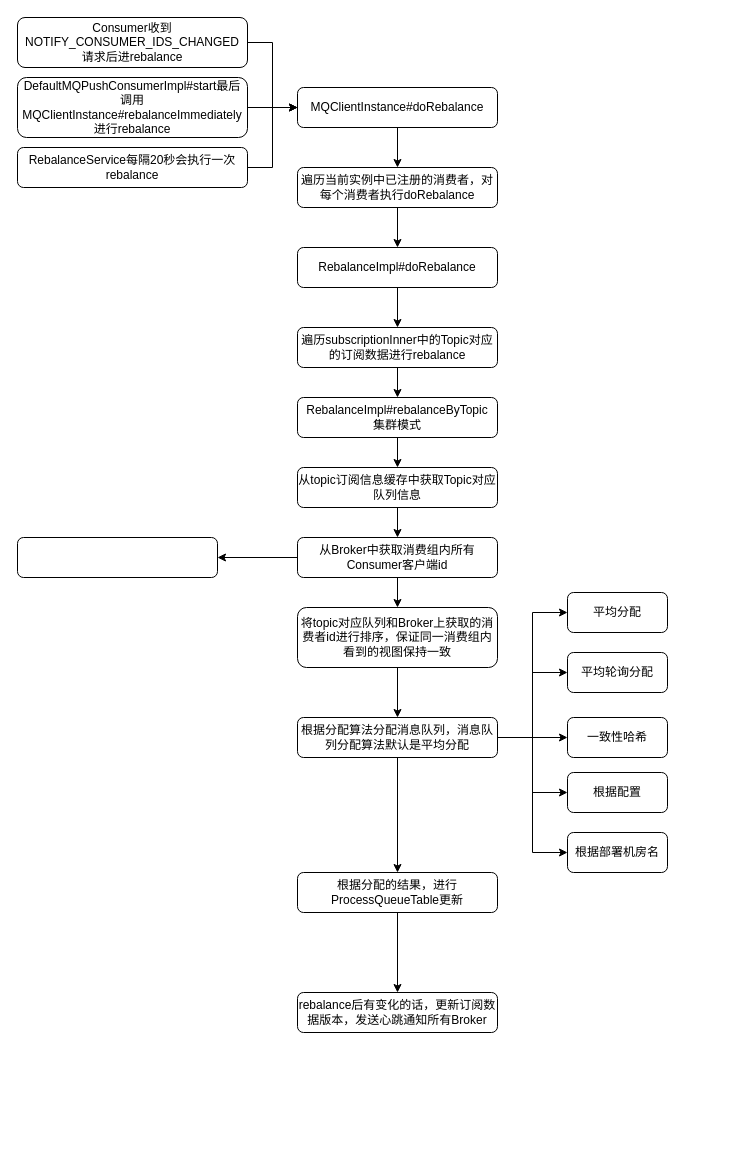
pulllock/pulllock.github.com keeps this draw.io diagram as 2018/01/23/RocketMQ中Consumer的rebalance/RocketMQ中Consumer的rebalance.drawio. Above is the earlier version. Source tidied: cells renumbered, new cells numbered last; positions are measured from the earlier drawing's top-left corner, leaving out a move shared by most shapes. Both pictures are drawn from the tidied source at 100%, with x=0, y=0 at pixel (17, 17).
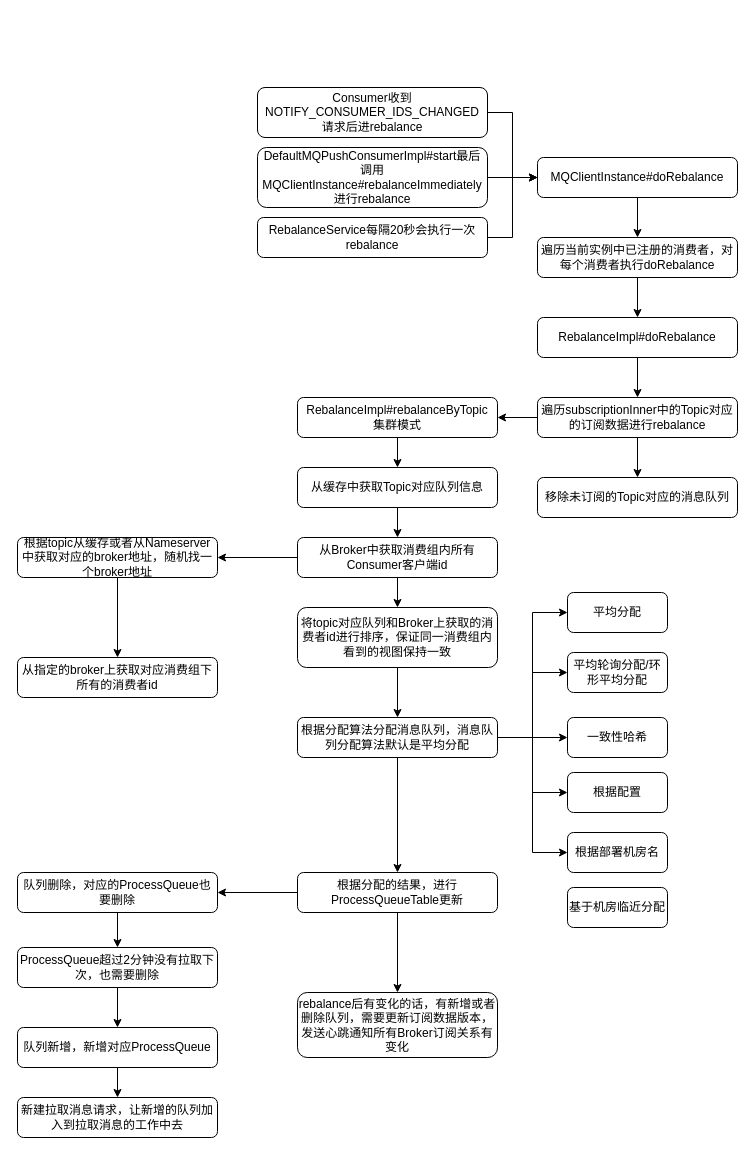
Above is the later version.

Unchanged cells that the change refers to:
```xml
<mxCell id="27" value="根据分配的结果，进行ProcessQueueTable更新" style="rounded=1;whiteSpace=wrap;html=1;fontSize=12;glass=0;strokeWidth=1;shadow=0;" parent="1" vertex="1">
  <mxGeometry x="280" y="855" width="200" height="40" as="geometry" />
</mxCell>
```

Diff of the diagram source:
```diff
@@
     <mxCell id="3" value="MQClientInstance#doRebalance" style="rounded=1;whiteSpace=wrap;html=1;fontSize=12;glass=0;strokeWidth=1;shadow=0;" parent="1" vertex="1">
-      <mxGeometry x="280" y="70" width="200" height="40" as="geometry" />
+      <mxGeometry x="520" y="140" width="200" height="40" as="geometry" />
     </mxCell>
@@
     <mxCell id="5" value="遍历当前实例中已注册的消费者，对每个消费者执行doRebalance" style="rounded=1;whiteSpace=wrap;html=1;fontSize=12;glass=0;strokeWidth=1;shadow=0;" parent="1" vertex="1">
-      <mxGeometry x="280" y="150" width="200" height="40" as="geometry" />
+      <mxGeometry x="520" y="220" width="200" height="40" as="geometry" />
     </mxCell>
@@
     <mxCell id="7" value="RebalanceImpl#doRebalance" style="rounded=1;whiteSpace=wrap;html=1;fontSize=12;glass=0;strokeWidth=1;shadow=0;" parent="1" vertex="1">
-      <mxGeometry x="280" y="230" width="200" height="40" as="geometry" />
+      <mxGeometry x="520" y="300" width="200" height="40" as="geometry" />
     </mxCell>
@@
+    <mxCell id="41" style="edgeStyle=orthogonalEdgeStyle;rounded=0;jettySize=auto;html=1;" parent="1" edge="1" source="9" target="42">
+      <mxGeometry relative="1" as="geometry" />
+    </mxCell>
     <mxCell id="9" value="遍历subscriptionInner中的Topic对应的订阅数据进行rebalance" style="rounded=1;whiteSpace=wrap;html=1;fontSize=12;glass=0;strokeWidth=1;shadow=0;" parent="1" vertex="1">
-      <mxGeometry x="280" y="310" width="200" height="40" as="geometry" />
+      <mxGeometry x="520" y="380" width="200" height="40" as="geometry" />
     </mxCell>
+    <mxCell id="42" value="移除未订阅的Topic对应的消息队列" style="rounded=1;whiteSpace=wrap;html=1;fontSize=12;glass=0;strokeWidth=1;shadow=0;" parent="1" vertex="1">
+      <mxGeometry x="520" y="460" width="200" height="40" as="geometry" />
+    </mxCell>
@@
-    <mxCell id="13" value="从topic订阅信息缓存中获取Topic对应队列信息" style="rounded=1;whiteSpace=wrap;html=1;fontSize=12;glass=0;strokeWidth=1;shadow=0;" parent="1" vertex="1">
+    <mxCell id="13" value="从缓存中获取Topic对应队列信息" style="rounded=1;whiteSpace=wrap;html=1;fontSize=12;glass=0;strokeWidth=1;shadow=0;" parent="1" vertex="1">
       <mxGeometry x="280" y="450" width="200" height="40" as="geometry" />
     </mxCell>
@@
+    <mxCell id="43" style="edgeStyle=orthogonalEdgeStyle;rounded=0;jettySize=auto;html=1;" parent="1" edge="1" source="27" target="45">
+      <mxGeometry relative="1" as="geometry" />
+    </mxCell>
@@
+    <mxCell id="44" style="edgeStyle=orthogonalEdgeStyle;rounded=0;jettySize=auto;html=1;" parent="1" edge="1" source="45" target="47">
+      <mxGeometry relative="1" as="geometry" />
+    </mxCell>
+    <mxCell id="45" value="队列删除，对应的ProcessQueue也要删除" style="rounded=1;whiteSpace=wrap;html=1;fontSize=12;glass=0;strokeWidth=1;shadow=0;" parent="1" vertex="1">
+      <mxGeometry y="855" width="200" height="40" as="geometry" />
+    </mxCell>
+    <mxCell id="46" style="edgeStyle=orthogonalEdgeStyle;rounded=0;jettySize=auto;html=1;" parent="1" edge="1" source="47" target="49">
+      <mxGeometry relative="1" as="geometry" />
+    </mxCell>
+    <mxCell id="47" value="ProcessQueue超过2分钟没有拉取下次，也需要删除" style="rounded=1;whiteSpace=wrap;html=1;fontSize=12;glass=0;strokeWidth=1;shadow=0;" parent="1" vertex="1">
+      <mxGeometry y="930" width="200" height="40" as="geometry" />
+    </mxCell>
+    <mxCell id="48" style="edgeStyle=orthogonalEdgeStyle;rounded=0;jettySize=auto;html=1;" parent="1" edge="1" source="49" target="50">
+      <mxGeometry relative="1" as="geometry" />
+    </mxCell>
+    <mxCell id="49" value="队列新增，新增对应ProcessQueue" style="rounded=1;whiteSpace=wrap;html=1;fontSize=12;glass=0;strokeWidth=1;shadow=0;" parent="1" vertex="1">
+      <mxGeometry y="1010" width="200" height="40" as="geometry" />
+    </mxCell>
+    <mxCell id="50" value="新建拉取消息请求，让新增的队列加入到拉取消息的工作中去" style="rounded=1;whiteSpace=wrap;html=1;fontSize=12;glass=0;strokeWidth=1;shadow=0;" parent="1" vertex="1">
+      <mxGeometry y="1080" width="200" height="40" as="geometry" />
+    </mxCell>
-    <mxCell id="28" value="rebalance后有变化的话，更新订阅数据版本，发送心跳通知所有Broker" style="rounded=1;whiteSpace=wrap;html=1;fontSize=12;glass=0;strokeWidth=1;shadow=0;" parent="1" vertex="1">
-      <mxGeometry x="280" y="975" width="200" height="40" as="geometry" />
+    <mxCell id="28" value="rebalance后有变化的话，有新增或者删除队列，需要更新订阅数据版本，发送心跳通知所有Broker订阅关系有变化" style="rounded=1;whiteSpace=wrap;html=1;fontSize=12;glass=0;strokeWidth=1;shadow=0;" parent="1" vertex="1">
+      <mxGeometry x="280" y="975" width="200" height="65" as="geometry" />
     </mxCell>
@@
+    <mxCell id="51" style="edgeStyle=orthogonalEdgeStyle;rounded=0;jettySize=auto;html=1;" parent="1" edge="1" source="30" target="52">
+      <mxGeometry relative="1" as="geometry" />
+    </mxCell>
-    <mxCell id="30" style="rounded=1;whiteSpace=wrap;html=1;fontSize=12;glass=0;strokeWidth=1;shadow=0;" parent="1" vertex="1">
+    <mxCell id="30" value="根据topic从缓存或者从Nameserver中获取对应的broker地址，随机找一个broker地址" style="rounded=1;whiteSpace=wrap;html=1;fontSize=12;glass=0;strokeWidth=1;shadow=0;" parent="1" vertex="1">
       <mxGeometry y="520" width="200" height="40" as="geometry" />
     </mxCell>
+    <mxCell id="52" value="从指定的broker上获取对应消费组下所有的消费者id" style="rounded=1;whiteSpace=wrap;html=1;fontSize=12;glass=0;strokeWidth=1;shadow=0;" parent="1" vertex="1">
+      <mxGeometry y="640" width="200" height="40" as="geometry" />
+    </mxCell>
     <mxCell id="31" style="edgeStyle=orthogonalEdgeStyle;rounded=0;jettySize=auto;html=1;" parent="1" edge="1" source="32">
       <mxGeometry relative="1" as="geometry">
-        <mxPoint x="280" y="90" as="targetPoint" />
+        <mxPoint x="520" y="160" as="targetPoint" />
       </mxGeometry>
     </mxCell>
     <mxCell id="32" value="DefaultMQPushConsumerImpl#start最后调用&lt;br&gt;MQClientInstance#rebalanceImmediately&lt;br&gt;进行rebalance" style="rounded=1;whiteSpace=wrap;html=1;fontSize=12;glass=0;strokeWidth=1;shadow=0;" parent="1" vertex="1">
-      <mxGeometry y="60" width="230" height="60" as="geometry" />
+      <mxGeometry x="240" y="130" width="230" height="60" as="geometry" />
     </mxCell>
@@
     <mxCell id="34" value="RebalanceService每隔20秒会执行一次rebalance" style="rounded=1;whiteSpace=wrap;html=1;fontSize=12;glass=0;strokeWidth=1;shadow=0;" parent="1" vertex="1">
-      <mxGeometry y="130" width="230" height="40" as="geometry" />
+      <mxGeometry x="240" y="200" width="230" height="40" as="geometry" />
     </mxCell>
@@
     <mxCell id="36" value="Consumer收到&lt;br&gt;NOTIFY_CONSUMER_IDS_CHANGED&lt;br&gt;请求后进rebalance" style="rounded=1;whiteSpace=wrap;html=1;fontSize=12;glass=0;strokeWidth=1;shadow=0;" parent="1" vertex="1">
-      <mxGeometry width="230" height="50" as="geometry" />
+      <mxGeometry x="240" y="70" width="230" height="50" as="geometry" />
     </mxCell>
-    <mxCell id="37" value="平均轮询分配" style="rounded=1;whiteSpace=wrap;html=1;fontSize=12;glass=0;strokeWidth=1;shadow=0;" parent="1" vertex="1">
+    <mxCell id="37" value="平均轮询分配/环形平均分配" style="rounded=1;whiteSpace=wrap;html=1;fontSize=12;glass=0;strokeWidth=1;shadow=0;" parent="1" vertex="1">
       <mxGeometry x="550" y="635" width="100" height="40" as="geometry" />
     </mxCell>
@@
+    <mxCell id="53" style="edgeStyle=orthogonalEdgeStyle;rounded=0;orthogonalLoop=1;jettySize=auto;html=1;exitX=0.5;exitY=1;exitDx=0;exitDy=0;" parent="1" edge="1" source="47" target="47">
+      <mxGeometry relative="1" as="geometry" />
+    </mxCell>
+    <mxCell id="54" value="基于机房临近分配" style="rounded=1;whiteSpace=wrap;html=1;fontSize=12;glass=0;strokeWidth=1;shadow=0;" parent="1" vertex="1">
+      <mxGeometry x="550" y="870" width="100" height="40" as="geometry" />
+    </mxCell>
```
